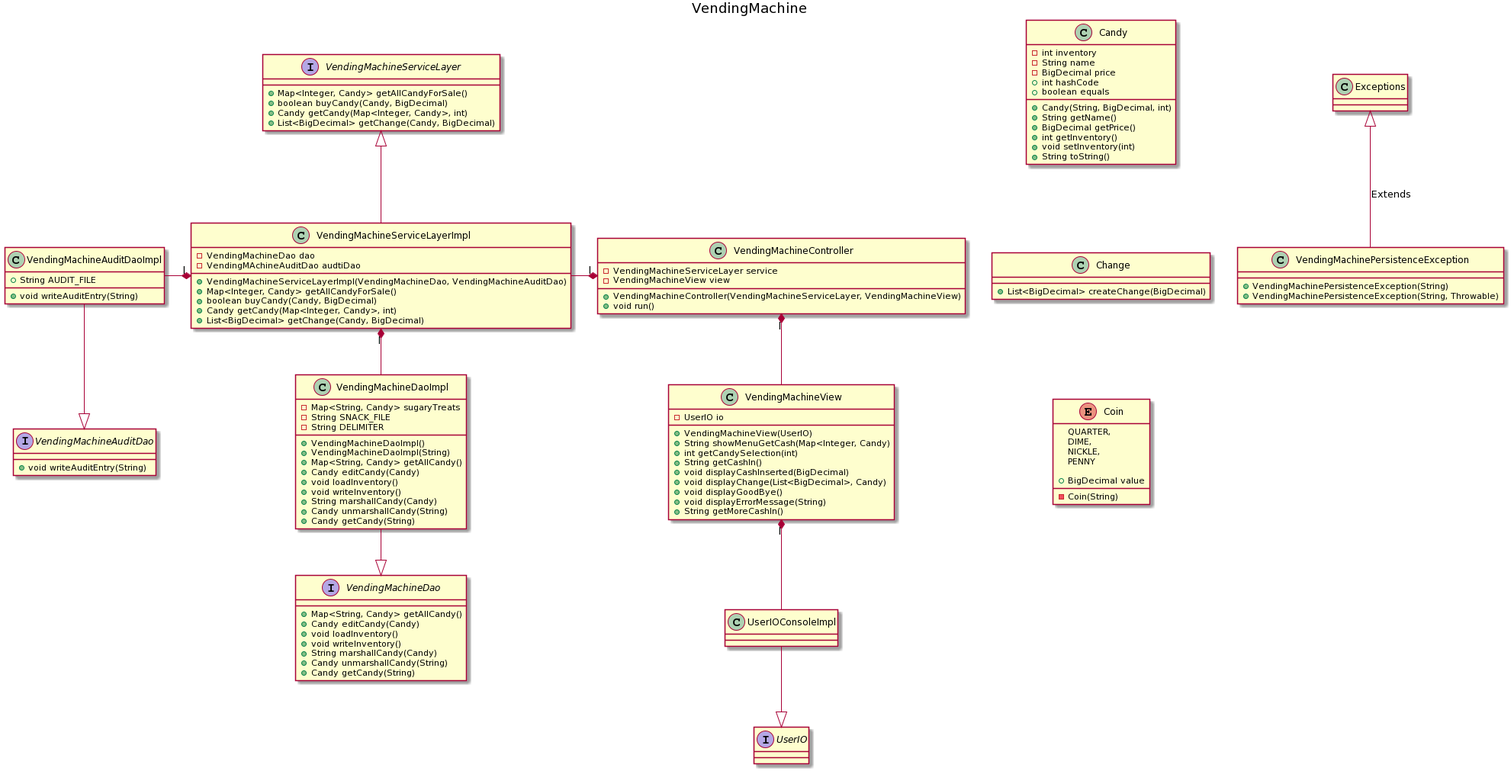
Before: UML/VendingMachine/VendingMachineClassDiagram.png, a diagram exported from PlantUML (rtdonin/JavaClasswork).
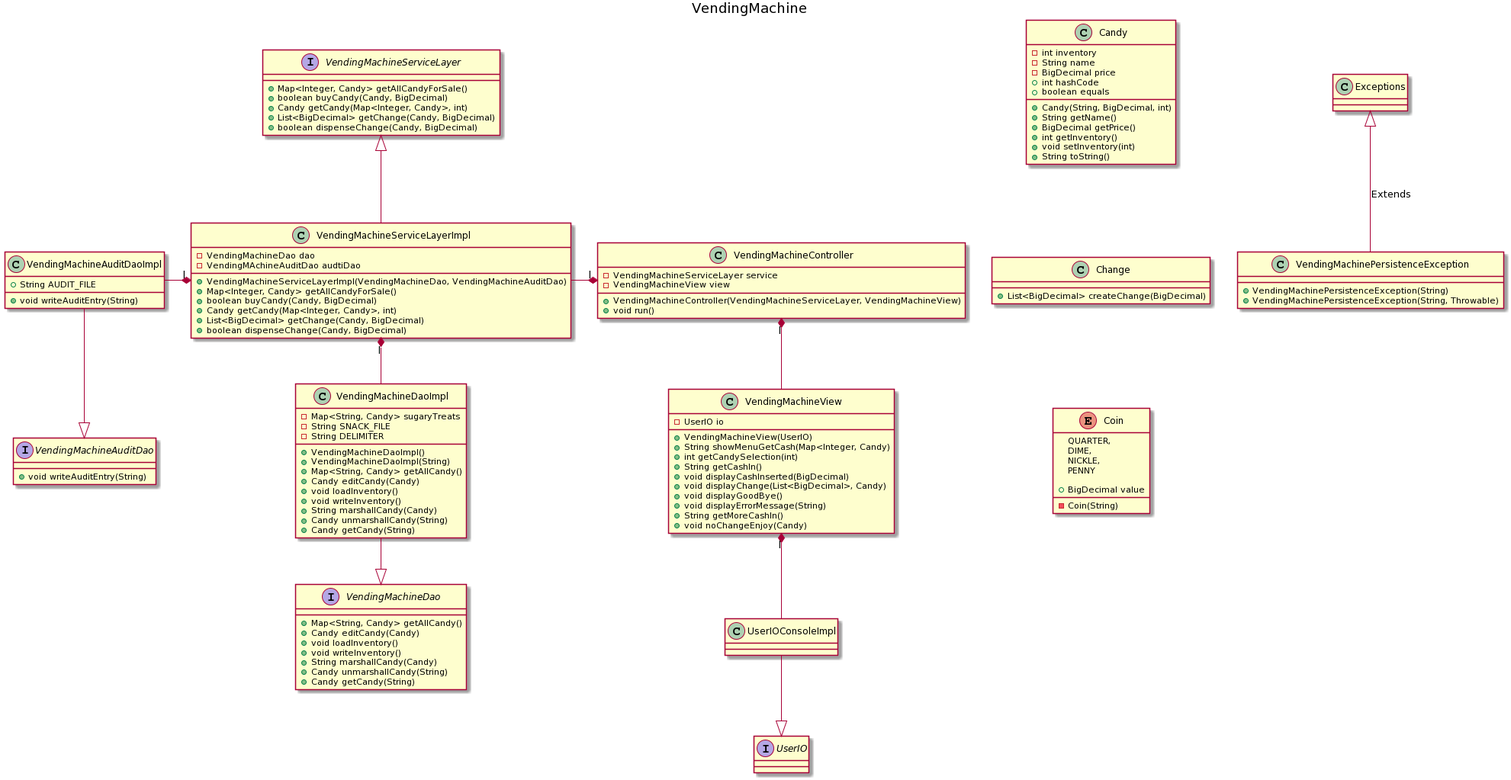
Above is the later version.

Diff of the diagram source:
```diff
@@ -36,6 +36,7 @@
     +void displayGoodBye()
     +void displayErrorMessage(String)
     +String getMoreCashIn()
+    +void noChangeEnjoy(Candy)
 }
 
 interface VendingMachineServiceLayer{
@@ -43,6 +44,7 @@
     +boolean buyCandy(Candy, BigDecimal)
     +Candy getCandy(Map<Integer, Candy>, int)
     +List<BigDecimal> getChange(Candy, BigDecimal)
+    +boolean dispenseChange(Candy, BigDecimal)
 }
 
 class VendingMachineServiceLayerImpl{
@@ -53,6 +55,8 @@
     +boolean buyCandy(Candy, BigDecimal)
     +Candy getCandy(Map<Integer, Candy>, int)
     +List<BigDecimal> getChange(Candy, BigDecimal)
+    +boolean dispenseChange(Candy, BigDecimal)
+
 }
 
 class Change {
```
